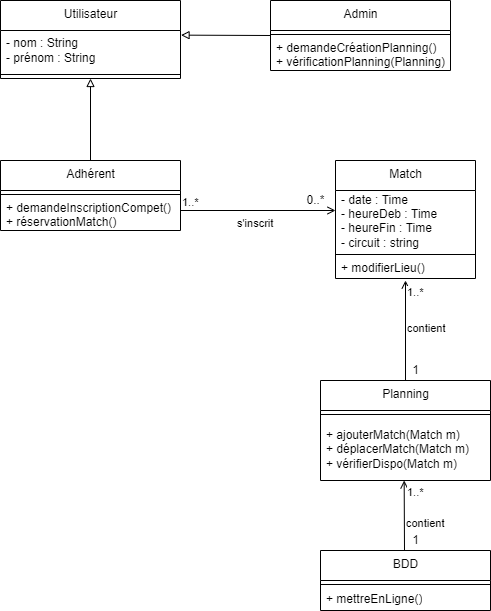
The draw.io diagram Analyse-Conception/Diagrammes/Planning/diag_classe_planning.drawio.png in Patricien09/SAE-S3-Karting, before a commit. Source tidied: cells renumbered, new cells last; positions are measured from the earlier drawing's top-left corner, leaving out a move shared by most shapes.
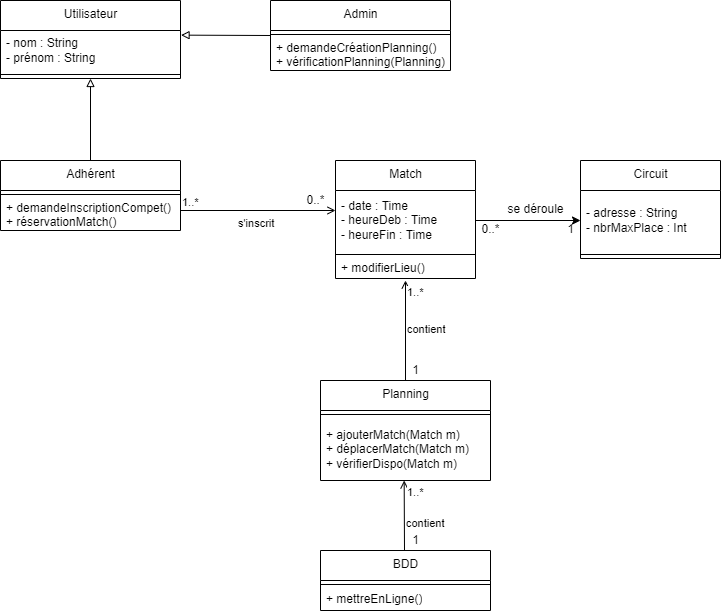
The same file after the commit.

Commit message:
Diagramme package + package boutique

What changed in the source:
```diff
@@ -14,7 +14,7 @@
     <mxCell id="5" value="Match" style="swimlane;fontStyle=0;align=center;verticalAlign=top;horizontal=1;startSize=30;html=1;" parent="1" vertex="1">
       <mxGeometry x="335" y="160" width="140" height="118" as="geometry" />
     </mxCell>
-    <mxCell id="6" value="- date : Time&lt;br&gt;- heureDeb : Time&lt;br&gt;- heureFin : Time&lt;br&gt;- circuit : string" style="text;html=1;strokeColor=none;fillColor=none;align=left;verticalAlign=middle;spacingLeft=4;spacingRight=4;overflow=hidden;points=[[0,0.5],[1,0.5]];portConstraint=eastwest;" parent="5" vertex="1">
+    <mxCell id="6" value="- date : Time&lt;br&gt;- heureDeb : Time&lt;br&gt;- heureFin : Time" style="text;html=1;strokeColor=none;fillColor=none;align=left;verticalAlign=middle;spacingLeft=4;spacingRight=4;overflow=hidden;points=[[0,0.5],[1,0.5]];portConstraint=eastwest;" parent="5" vertex="1">
       <mxGeometry y="30" width="140" height="60" as="geometry" />
     </mxCell>
     <mxCell id="7" style="line;strokeWidth=1;fillColor=none;align=left;verticalAlign=middle;spacingTop=-1;spacingLeft=3;spacingRight=3;labelPosition=right;" parent="5" vertex="1">
@@ -104,5 +104,26 @@
     <mxCell id="31" style="endArrow=block;html=1;rounded=0;entryX=1.003;entryY=0.116;entryDx=0;entryDy=0;exitX=0;exitY=0.5;exitDx=0;exitDy=0;endFill=0;entryPerimeter=0;" parent="1" edge="1" source="28" target="25">
       <mxGeometry relative="1" as="geometry" />
     </mxCell>
+    <mxCell id="32" value="Circuit" style="swimlane;fontStyle=0;align=center;verticalAlign=top;horizontal=1;startSize=30;html=1;" parent="1" vertex="1">
+      <mxGeometry x="580" y="160" width="140" height="98" as="geometry" />
+    </mxCell>
+    <mxCell id="33" value="- adresse : String&lt;br&gt;- nbrMaxPlace : Int" style="text;html=1;strokeColor=none;fillColor=none;align=left;verticalAlign=middle;spacingLeft=4;spacingRight=4;overflow=hidden;points=[[0,0.5],[1,0.5]];portConstraint=eastwest;" parent="32" vertex="1">
+      <mxGeometry y="30" width="140" height="60" as="geometry" />
+    </mxCell>
+    <mxCell id="34" style="line;strokeWidth=1;fillColor=none;align=left;verticalAlign=middle;spacingTop=-1;spacingLeft=3;spacingRight=3;labelPosition=right;" parent="32" vertex="1">
+      <mxGeometry y="90" width="140" height="8" as="geometry" />
+    </mxCell>
+    <mxCell id="35" style="edgeStyle=none;html=1;exitX=1;exitY=0.5;exitDx=0;exitDy=0;entryX=0;entryY=0.5;entryDx=0;entryDy=0;" parent="1" edge="1" source="6" target="33">
+      <mxGeometry relative="1" as="geometry" />
+    </mxCell>
+    <mxCell id="36" value="se déroule" style="text;html=1;align=center;verticalAlign=middle;strokeColor=none;fillColor=none;" parent="1" vertex="1">
+      <mxGeometry x="500" y="199" width="70" height="20" as="geometry" />
+    </mxCell>
+    <mxCell id="37" value="1" style="text;html=1;align=center;verticalAlign=middle;strokeColor=none;fillColor=none;" parent="1" vertex="1">
+      <mxGeometry x="560" y="219" width="20" height="20" as="geometry" />
+    </mxCell>
+    <mxCell id="38" value="0..*" style="text;html=1;align=center;verticalAlign=middle;strokeColor=none;fillColor=none;" parent="1" vertex="1">
+      <mxGeometry x="475" y="219" width="30" height="20" as="geometry" />
+    </mxCell>
   </root>
 </mxGraphModel>
```
